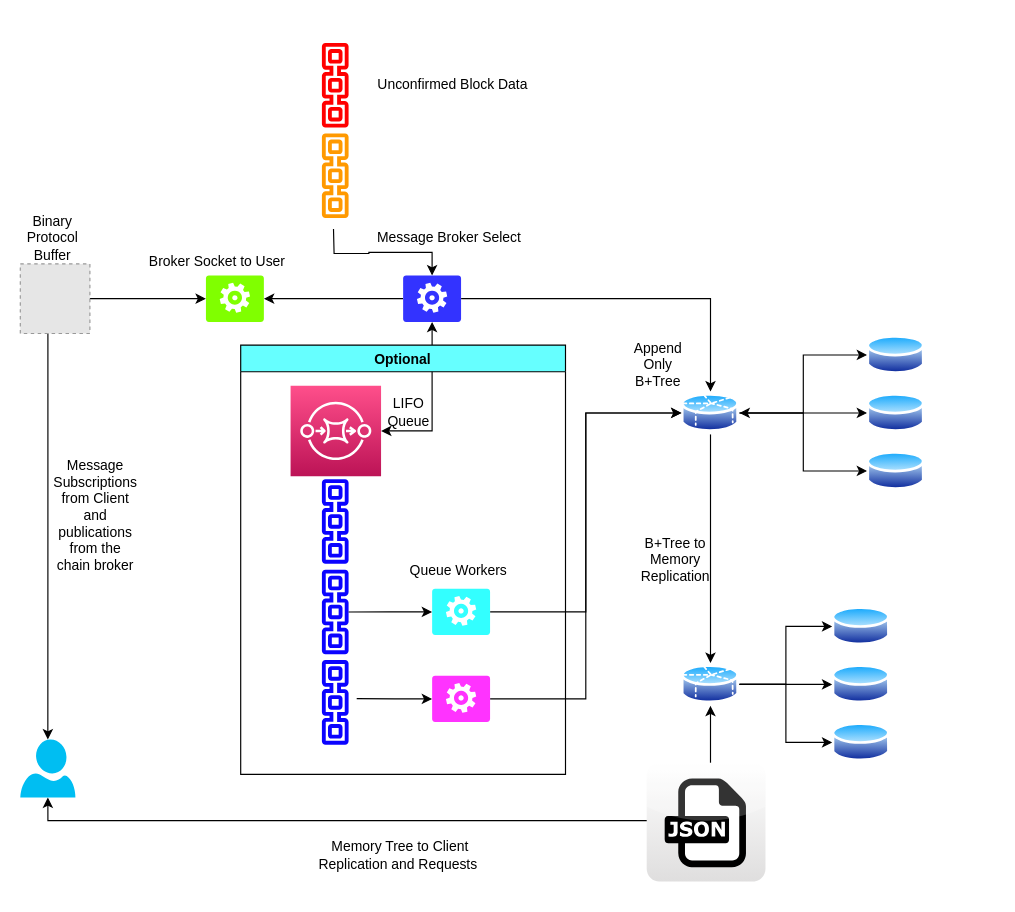
This is Dream.drawio from algodex/algodex-architecture, a draw.io file, before an edit. Source tidied: cells renumbered, new cells numbered last; positions are measured from the earlier drawing's top-left corner, leaving out a move shared by most shapes. Both pictures are drawn from the tidied source at 116%, with x=0, y=0 at pixel (20, 39). Pictures stored in the file or linked from it are replaced by grey dashed boxes.
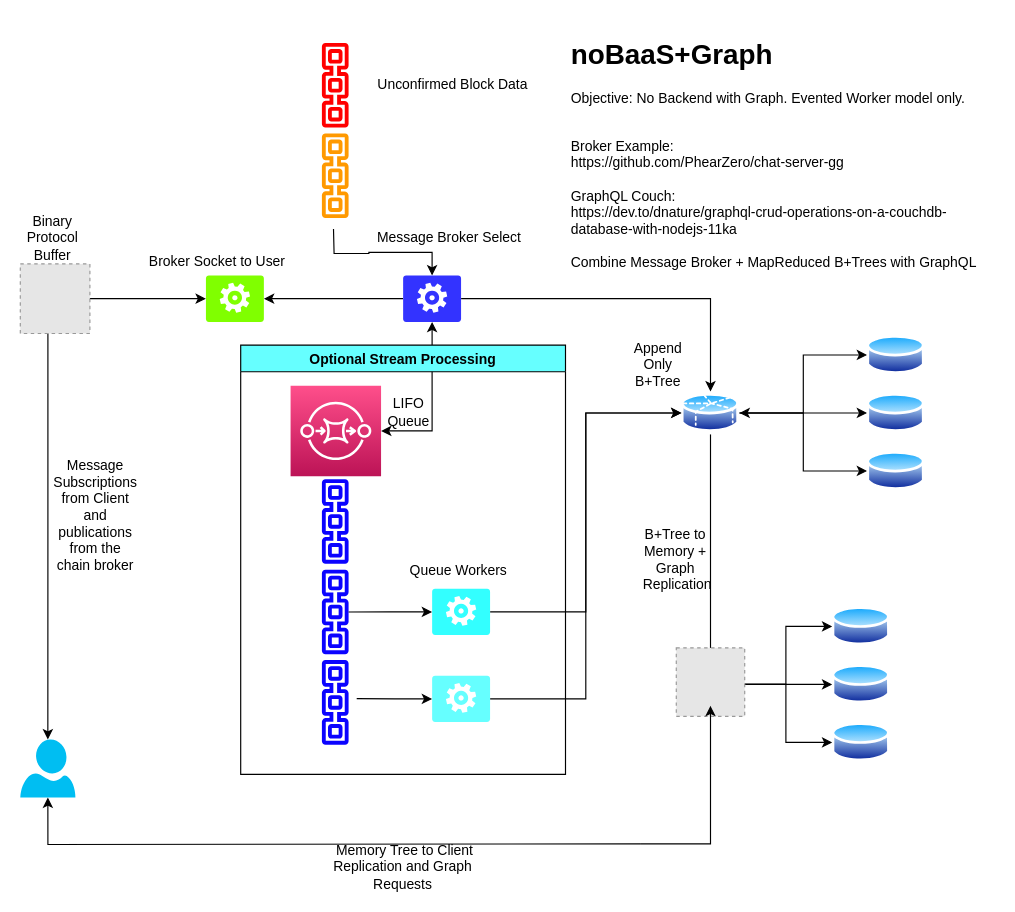
Above is the later version.

Unchanged cells that the change refers to:
```xml
<mxCell id="23" style="perimeter=ellipsePerimeter;html=1;align=center;shadow=0;dashed=0;spacingTop=3;image;image=img/lib/active_directory/database_partition_5.svg;" parent="1" vertex="1">
  <mxGeometry x="570" y="537" width="50" height="37" as="geometry" />
</mxCell>
<mxCell id="34" style="verticalLabelPosition=bottom;html=1;verticalAlign=top;align=center;strokeColor=none;fillColor=#00BEF2;shape=mxgraph.azure.user;" parent="1" vertex="1">
  <mxGeometry y="603" width="47.5" height="50" as="geometry" />
</mxCell>
```

Change to the diagram source:
```diff
@@
-    <mxCell id="22" style="edgeStyle=orthogonalEdgeStyle;rounded=0;jettySize=auto;html=1;exitX=0.5;exitY=1;exitDx=0;exitDy=0;entryX=0.5;entryY=1;entryDx=0;entryDy=0;entryPerimeter=0;startArrow=classic;startFill=1;endArrow=classic;endFill=1;" parent="1" edge="1" source="23" target="34">
-      <mxGeometry relative="1" as="geometry" />
+    <mxCell id="22" style="edgeStyle=orthogonalEdgeStyle;rounded=0;jettySize=auto;html=1;exitX=0.5;exitY=1;exitDx=0;exitDy=0;entryX=0.5;entryY=1;entryDx=0;entryDy=0;entryPerimeter=0;startArrow=none;startFill=1;endArrow=classic;endFill=1;" parent="1" edge="1" target="34">
+      <mxGeometry relative="1" as="geometry">
+        <mxPoint x="535" y="693" as="sourcePoint" />
+      </mxGeometry>
     </mxCell>
@@
-    <mxCell id="33" style="verticalLabelPosition=bottom;html=1;verticalAlign=top;align=center;strokeColor=none;shape=mxgraph.azure.worker_role;fillColor=#FF33FF;" parent="1" vertex="1">
+    <mxCell id="33" style="verticalLabelPosition=bottom;html=1;verticalAlign=top;align=center;strokeColor=none;shape=mxgraph.azure.worker_role;fillColor=#66FFFF;" parent="1" vertex="1">
       <mxGeometry x="355" y="548" width="50" height="40" as="geometry" />
     </mxCell>
@@
-    <mxCell id="44" value="B+Tree to Memory Replication" style="text;html=1;strokeColor=none;fillColor=none;align=center;verticalAlign=middle;whiteSpace=wrap;rounded=0;" parent="1" vertex="1">
+    <mxCell id="44" value="B+Tree to Memory + Graph&lt;br&gt;&amp;nbsp;Replication" style="text;html=1;strokeColor=none;fillColor=none;align=center;verticalAlign=middle;whiteSpace=wrap;rounded=0;" parent="1" vertex="1">
       <mxGeometry x="540" y="438" width="50" height="20" as="geometry" />
     </mxCell>
-    <mxCell id="45" value="&amp;nbsp;Memory Tree to Client Replication and Requests" style="text;html=1;strokeColor=none;fillColor=none;align=center;verticalAlign=middle;whiteSpace=wrap;rounded=0;" parent="1" vertex="1">
-      <mxGeometry x="250" y="693" width="152" height="20" as="geometry" />
+    <mxCell id="45" value="&amp;nbsp;Memory Tree to Client Replication and Graph Requests" style="text;html=1;strokeColor=none;fillColor=none;align=center;verticalAlign=middle;whiteSpace=wrap;rounded=0;" parent="1" vertex="1">
+      <mxGeometry x="254" y="703" width="152" height="20" as="geometry" />
     </mxCell>
@@
-    <mxCell id="47" value="Optional" style="swimlane;fillColor=#66FFFF;" parent="1" vertex="1">
+    <mxCell id="47" value="Optional Stream Processing" style="swimlane;fillColor=#66FFFF;" parent="1" vertex="1">
       <mxGeometry x="190" y="263" width="280" height="370" as="geometry" />
     </mxCell>
-    <mxCell id="48" style="dashed=0;html=1;align=center;labelPosition=center;verticalLabelPosition=bottom;verticalAlign=top;shape=mxgraph.webicons.json;gradientColor=#DFDEDE;" parent="1" vertex="1">
-      <mxGeometry x="540" y="623" width="102.4" height="102.4" as="geometry" />
-    </mxCell>
@@
+    <mxCell id="51" style="fillColor=#E6E6E6;strokeColor=#999999;dashed=1;html=1;verticalAlign=top;verticalLabelPosition=bottom;labelBackgroundColor=#ffffff;" parent="1" vertex="1">
+      <mxGeometry x="565.5" y="524" width="59" height="59" as="geometry" />
+    </mxCell>
+    <mxCell id="52" style="edgeStyle=orthogonalEdgeStyle;rounded=0;jettySize=auto;html=1;exitX=0.5;exitY=1;exitDx=0;exitDy=0;entryX=0.5;entryY=1;entryDx=0;entryDy=0;entryPerimeter=0;startArrow=classic;startFill=1;endArrow=none;endFill=1;" parent="1" edge="1" source="23">
+      <mxGeometry relative="1" as="geometry">
+        <mxPoint x="535" y="693" as="targetPoint" />
+        <Array as="points">
+          <mxPoint x="595" y="693" />
+        </Array>
+      </mxGeometry>
+    </mxCell>
+    <mxCell id="53" value="&lt;h1&gt;noBaaS+Graph&lt;/h1&gt;&lt;p&gt;Objective: No Backend with Graph. Evented Worker model only.&lt;/p&gt;&lt;p&gt;&lt;br&gt;Broker Example:&lt;br&gt;https://github.com/PhearZero/chat-server-gg&lt;br&gt;&lt;br&gt;GraphQL Couch:&lt;br&gt;https://dev.to/dnature/graphql-crud-operations-on-a-couchdb-database-with-nodejs-11ka&lt;br&gt;&lt;br&gt;Combine Message Broker + MapReduced B+Trees with GraphQL&lt;br&gt;&lt;br&gt;&lt;/p&gt;" style="text;html=1;strokeColor=none;fillColor=none;spacing=5;spacingTop=-20;whiteSpace=wrap;overflow=hidden;rounded=0;" parent="1" vertex="1">
+      <mxGeometry x="470" y="-7" width="370" height="220" as="geometry" />
+    </mxCell>
```
